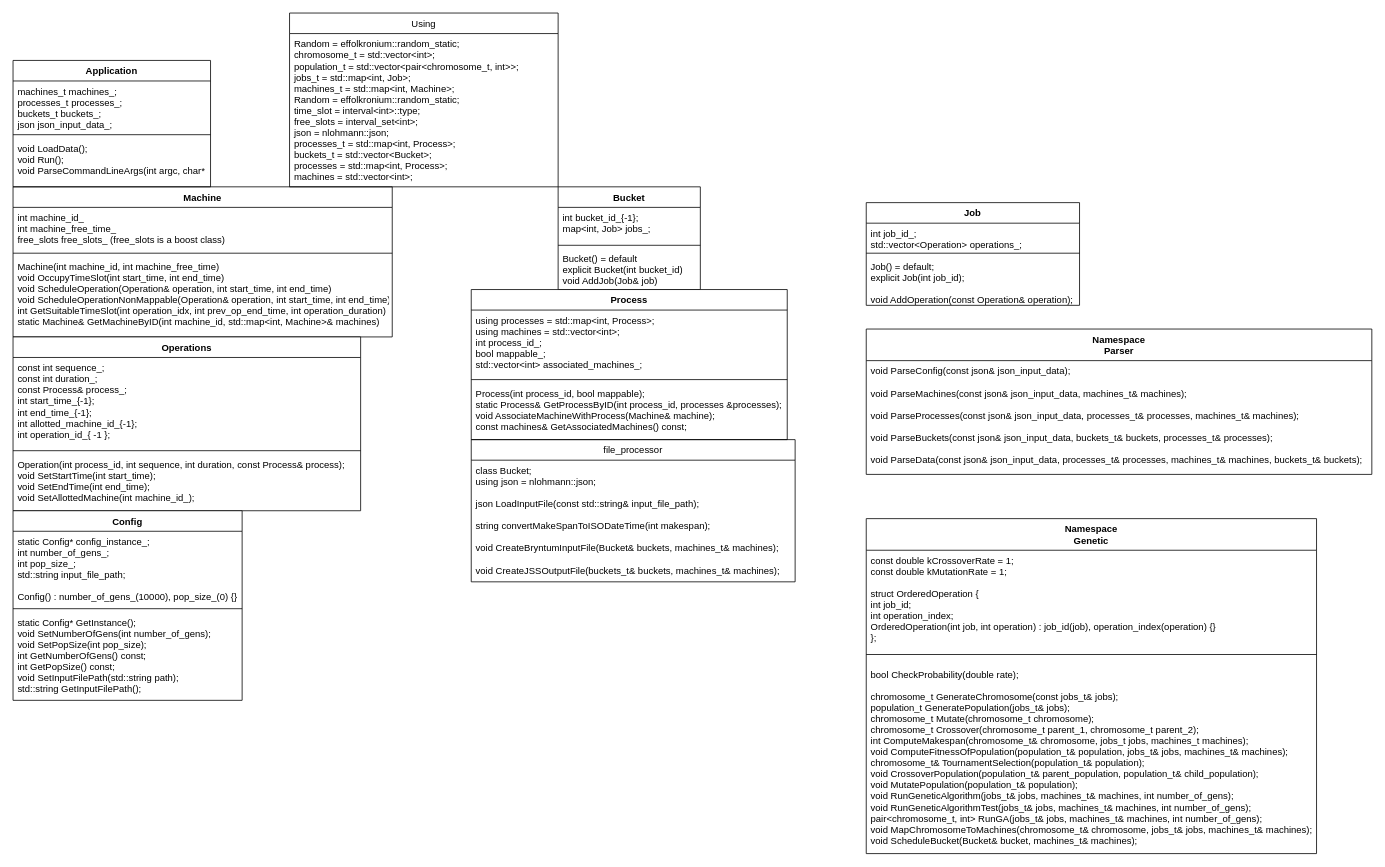
Before: JSS-GA.drawio in M0inUddin/SanctityDemo, a draw.io diagram. Source tidied: cells renumbered, new cells numbered last; positions are measured from the earlier drawing's top-left corner, leaving out a move shared by most shapes. Both pictures are drawn from the tidied source at 79%, with x=0, y=0 at pixel (13, 13).
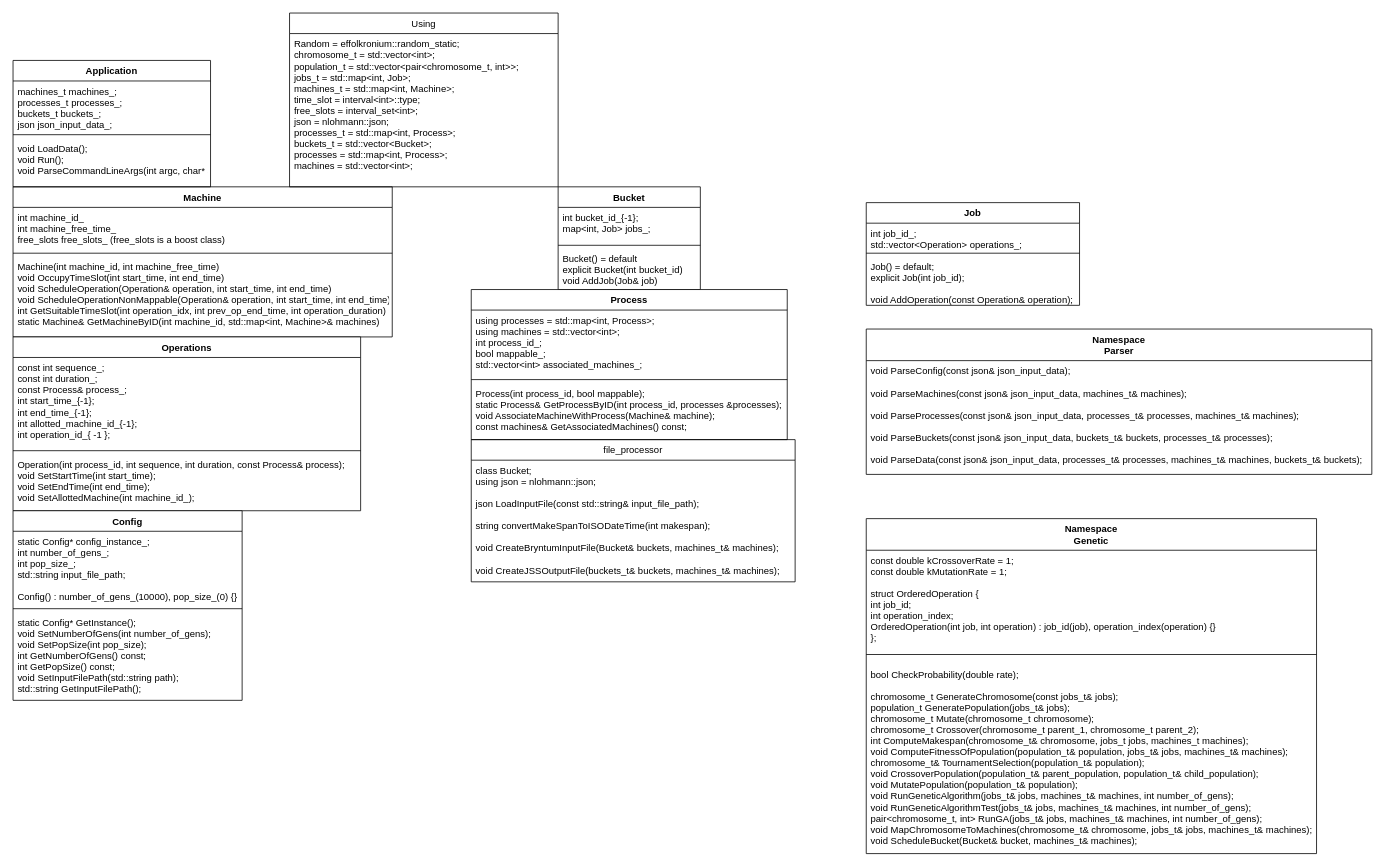
Above is the later version.

Unchanged cells that the change refers to:
```xml
<mxCell id="14" value="Using" style="swimlane;fontStyle=0;horizontal=1;startSize=26;fillColor=none;" parent="1" vertex="1">
  <mxGeometry x="350" width="340" height="220" as="geometry" />
</mxCell>
```

What changed in the source:
```diff
@@
-    <mxCell id="15" value="Random = effolkronium::random_static;&#10;chromosome_t = std::vector&lt;int&gt;;&#10;population_t = std::vector&lt;pair&lt;chromosome_t, int&gt;&gt;;&#10;jobs_t = std::map&lt;int, Job&gt;;&#10;machines_t = std::map&lt;int, Machine&gt;;&#10;Random = effolkronium::random_static;&#10;time_slot = interval&lt;int&gt;::type;&#10;free_slots = interval_set&lt;int&gt;;&#10;json = nlohmann::json;&#10;processes_t = std::map&lt;int, Process&gt;;&#10;buckets_t = std::vector&lt;Bucket&gt;;&#10;processes = std::map&lt;int, Process&gt;;&#10;machines = std::vector&lt;int&gt;;" style="text;strokeColor=none;fillColor=none;align=left;verticalAlign=top;spacingLeft=4;spacingRight=4;overflow=hidden;" parent="14" vertex="1">
+    <mxCell id="15" value="Random = effolkronium::random_static;&#10;chromosome_t = std::vector&lt;int&gt;;&#10;population_t = std::vector&lt;pair&lt;chromosome_t, int&gt;&gt;;&#10;jobs_t = std::map&lt;int, Job&gt;;&#10;machines_t = std::map&lt;int, Machine&gt;;&#10;time_slot = interval&lt;int&gt;::type;&#10;free_slots = interval_set&lt;int&gt;;&#10;json = nlohmann::json;&#10;processes_t = std::map&lt;int, Process&gt;;&#10;buckets_t = std::vector&lt;Bucket&gt;;&#10;processes = std::map&lt;int, Process&gt;;&#10;machines = std::vector&lt;int&gt;;" style="text;strokeColor=none;fillColor=none;align=left;verticalAlign=top;spacingLeft=4;spacingRight=4;overflow=hidden;" parent="14" vertex="1">
       <mxGeometry y="26" width="340" height="194" as="geometry" />
     </mxCell>
```
